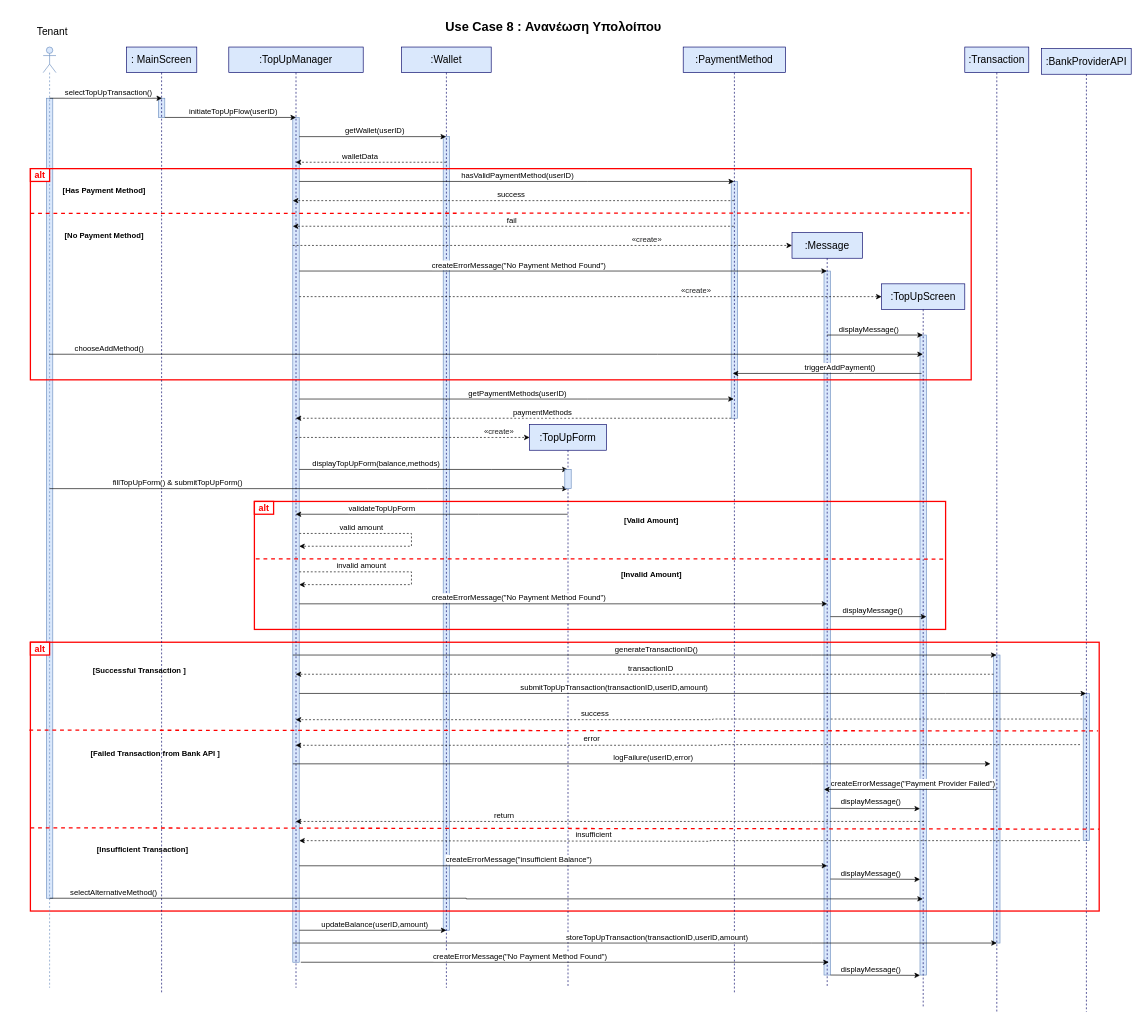
Earlier version of the draw.io diagram page "use-case-8" (8 of 15) of Παραδοτεο 3/sequences_new2.drawio (evelinastavropoulou/HomeLink). Source tidied: cells renumbered, new cells numbered last; positions are measured from the earlier drawing's top-left corner, leaving out a move shared by most shapes. Both pictures are drawn from the tidied source at 64%, with x=0, y=0 at pixel (11, 14).
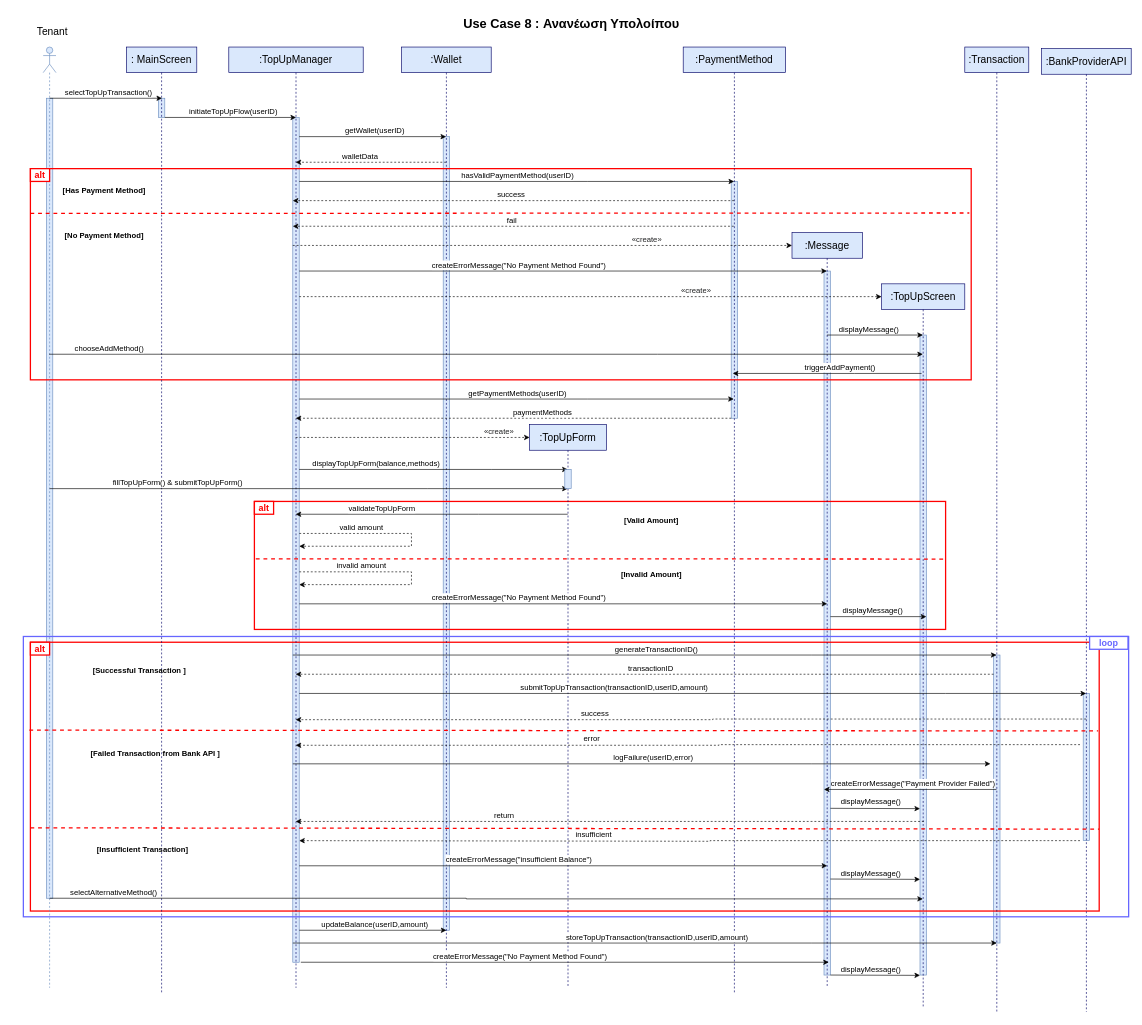
The same page after the edit.

Diff of the diagram source:
```diff
@@
     <mxCell id="32" value="Use Case 8 : Ανανέωση Υπολοίπου" style="text;html=1;align=center;verticalAlign=middle;strokeColor=none;fillColor=none;fontSize=20;fontStyle=1;" parent="1" vertex="1">
-      <mxGeometry x="675" width="344" height="36" as="geometry" />
+      <mxGeometry x="703" y="-5" width="344" height="36" as="geometry" />
     </mxCell>
@@
+    <mxCell id="121" style="rounded=0;whiteSpace=wrap;html=1;fillColor=none;strokeColor=#6666FF;strokeWidth=2;fontSize=14;" parent="1" vertex="1">
+      <mxGeometry x="19" y="972" width="1727" height="438" as="geometry" />
+    </mxCell>
+    <mxCell id="122" value="loop" style="rounded=0;whiteSpace=wrap;html=1;strokeColor=#6666FF;strokeWidth=2;fontColor=#6666FF;fontStyle=1;fontSize=14;" parent="1" vertex="1">
+      <mxGeometry x="1685" y="972" width="60" height="20" as="geometry" />
+    </mxCell>
```
